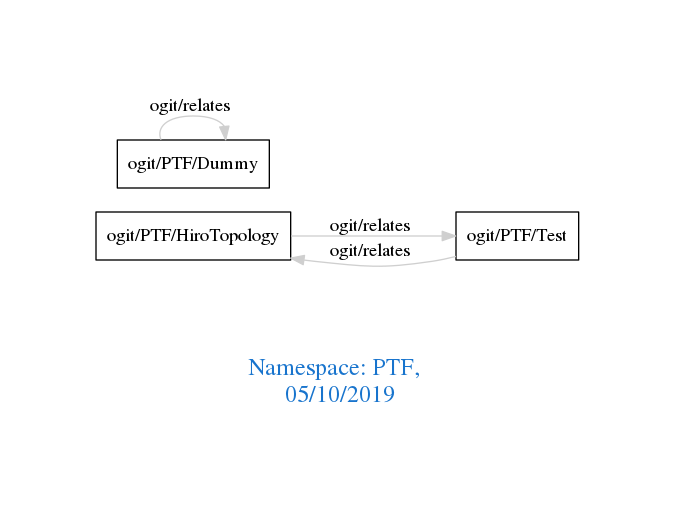
Before: downloads/PTF.png, a diagram exported from Graphviz (arago/OGIT). Its source is kept beside it as downloads/PTF.dot.
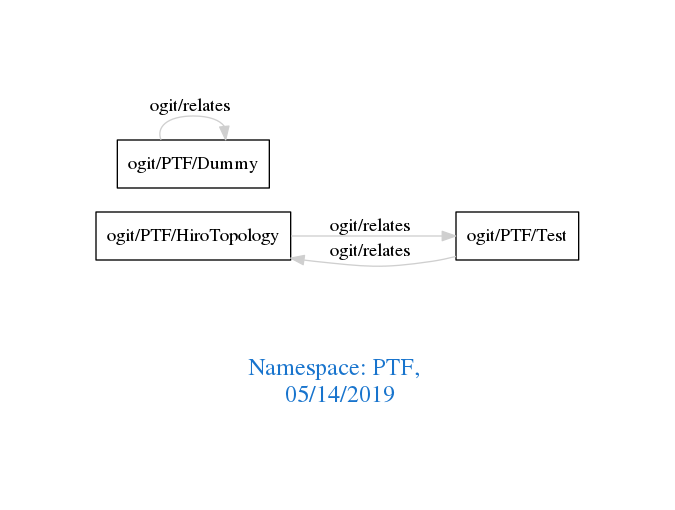
Later version of the same file.

The edit, as a diff of the source:
```diff
@@ -1,7 +1,7 @@
 digraph OGIT_ontology {
  graph [ rankdir= LR,pad=1
 fontsize = 18,
-fontcolor= dodgerblue3,label = "\n\n\nNamespace: PTF, \n 05/10/2019"];
+fontcolor= dodgerblue3,label = "\n\n\nNamespace: PTF, \n 05/14/2019"];
 node[shape=polygon];
 edge [  color="gray81"];
 
```
